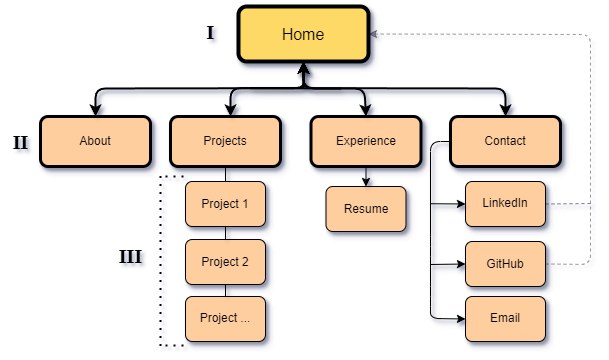
Before: docs/Portfolio Sitemap.drawio.png, a diagram exported from draw.io (GeorgeNeocleous/GeorgeNeocleous). Source tidied: cells renumbered, new cells last; positions are measured from the earlier drawing's top-left corner, leaving out a move shared by most shapes.
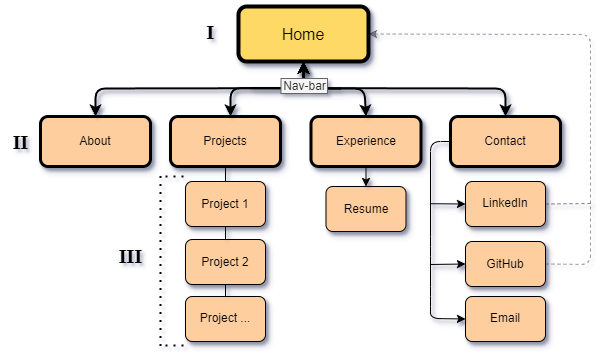
The same diagram one commit later.

Commit message:
changed the sitemap and added info to readme

What changed in the source:
```diff
@@ -161,5 +161,8 @@
         <mxPoint x="75" y="175" as="targetPoint" />
       </mxGeometry>
     </mxCell>
+    <mxCell id="36" value="Nav-bar" style="text;html=1;align=center;verticalAlign=middle;whiteSpace=wrap;rounded=0;fillColor=#f5f5f5;fontColor=#333333;strokeColor=#666666;" parent="1" vertex="1">
+      <mxGeometry x="280.5" y="72" width="46.5" height="15" as="geometry" />
+    </mxCell>
   </root>
 </mxGraphModel>
```
